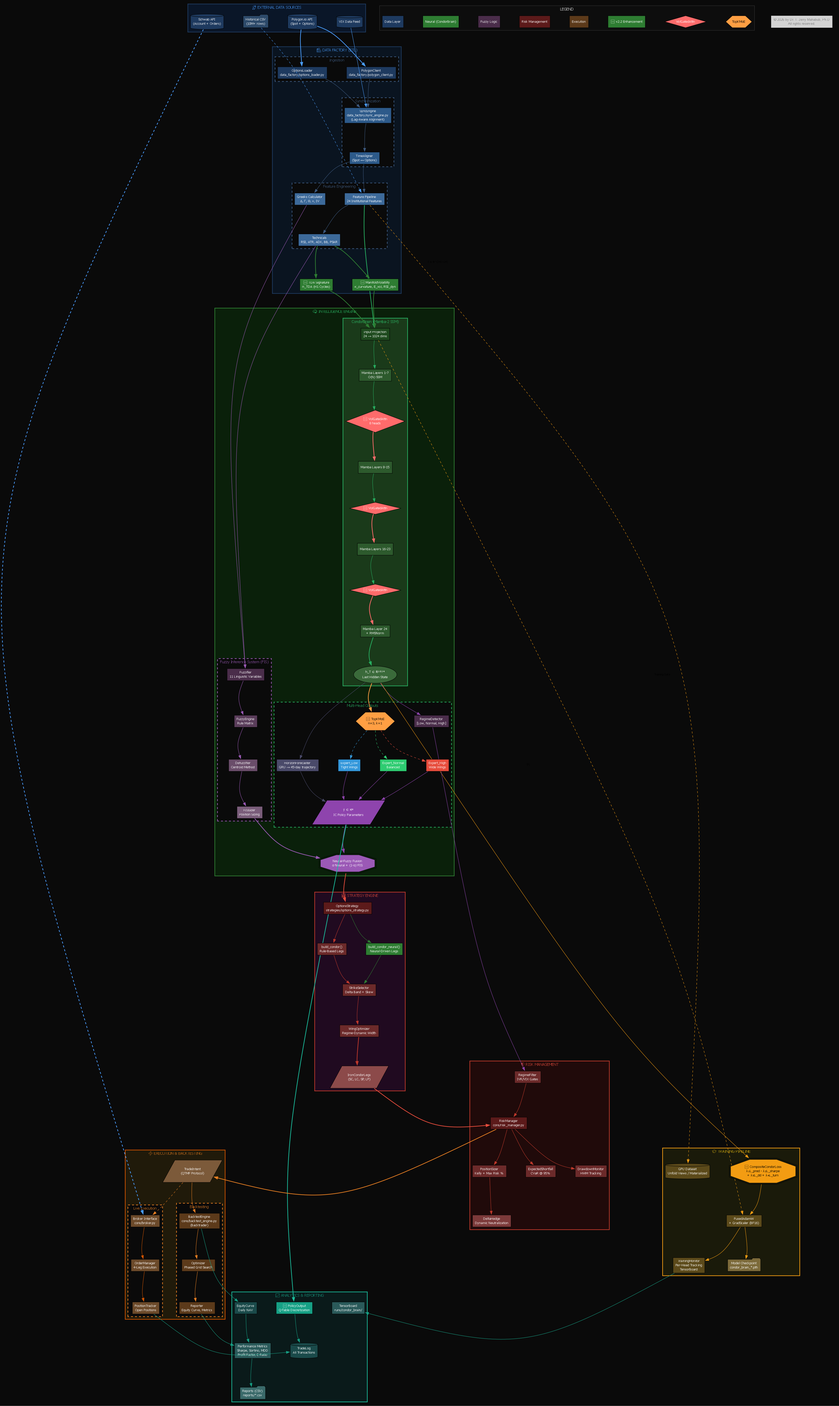
This is docs/architecture/full_system_architecture.png from trextrader/spy-iron-condor-trading, a Graphviz export, as it was before one commit. Its source is kept beside it as docs/architecture/full_system_architecture.dot.
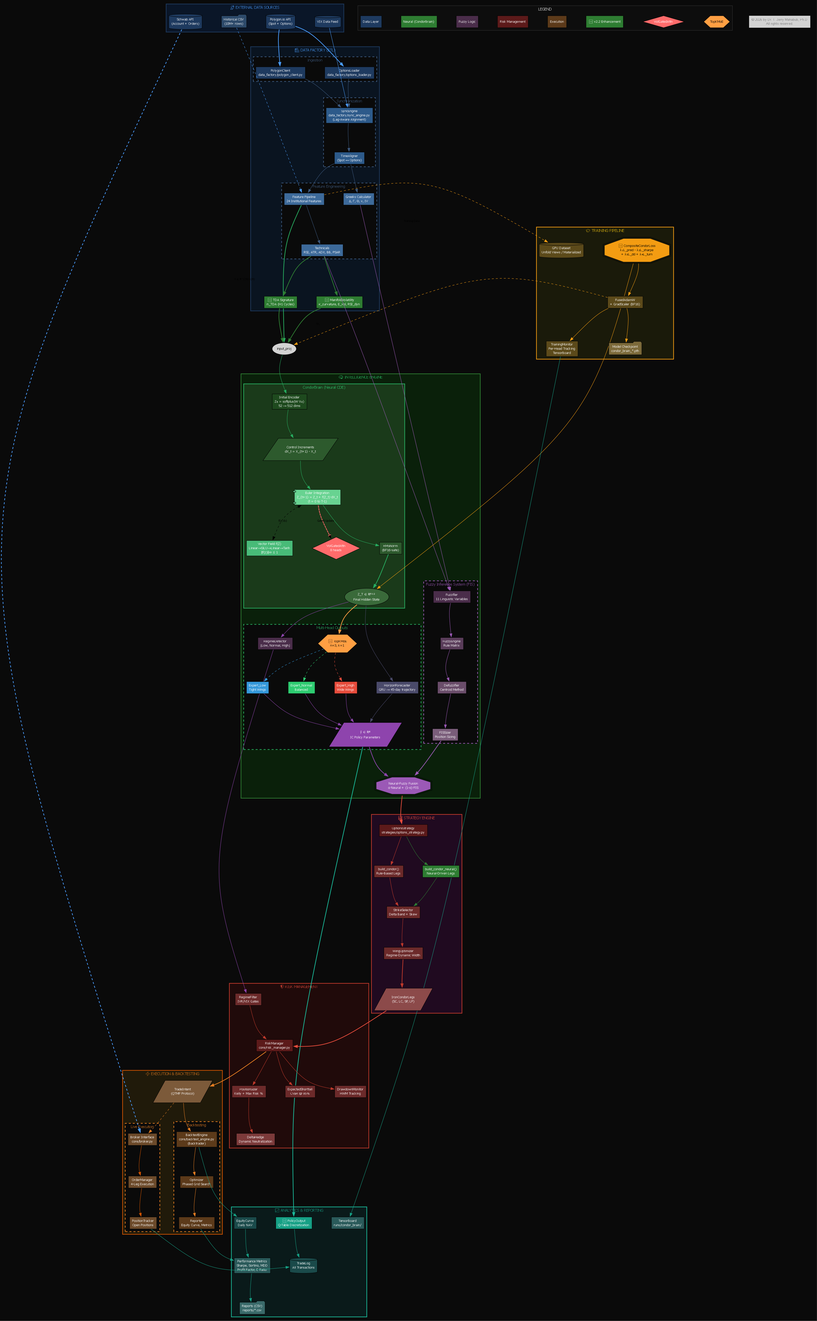
After the change.

Diff of the diagram source:
```diff
@@ -84,26 +84,25 @@
         penwidth=2;
 
         subgraph cluster_condor_brain {
-            label="CondorBrain (Mamba-2 SSM)";
+            label="CondorBrain (Neural CDE)";
             style=filled;
             fillcolor="#1a3a1a";
             fontcolor="#2ecc71";
             color="#27ae60";
 
-            input_proj [label="Input Projection\n24 → 1024 dims", shape=box, fillcolor="#1e4a1e", fontcolor=white];
+            init_encoder [label="Initial Encoder\nZ₀ = softplus(W·X₀)\n52 → 512 dims", shape=box, fillcolor="#1e4a1e", fontcolor=white];
 
-            mamba_1_7 [label="Mamba Layers 1-7\nO(N) SSM", shape=box, fillcolor="#2d5a2d", fontcolor=white];
-            vol_attn_1 [label="🆕 VolGatedAttn\n8 heads", shape=diamond, fillcolor="#ff6b6b", fontcolor=white];
+            control_incr [label="Control Increments\ndX_t = X_{t+1} - X_t", shape=parallelogram, fillcolor="#2d5a2d", fontcolor=white];
 
-            mamba_8_15 [label="Mamba Layers 8-15", shape=box, fillcolor="#2d5a2d", fontcolor=white];
-            vol_attn_2 [label="🆕 VolGatedAttn", shape=diamond, fillcolor="#ff6b6b", fontcolor=white];
+            vec_field [label="Vector Field f(Z)\nLinear→SiLU→Linear→Tanh\n‖f(z)‖∞ ≤ 1", shape=box, fillcolor="#48bb78", fontcolor=white];
 
-            mamba_16_23 [label="Mamba Layers 16-23", shape=box, fillcolor="#2d5a2d", fontcolor=white];
-            vol_attn_3 [label="🆕 VolGatedAttn", shape=diamond, fillcolor="#ff6b6b", fontcolor=white];
+            euler_step [label="Euler Integration\nZ_{t+1} = Z_t + f(Z_t)·dX_t\n(t = 0 to T-1)", shape=component, fillcolor="#68d391", fontcolor=white];
 
-            mamba_24 [label="Mamba Layer 24\n+ RMSNorm", shape=box, fillcolor="#2d5a2d", fontcolor=white];
+            vol_attn_1 [label="VolGatedAttn\n8 heads", shape=diamond, fillcolor="#ff6b6b", fontcolor=white];
 
-            hidden_state [label="h_T ∈ ℝ¹⁰²⁴\nLast Hidden State", shape=ellipse, fillcolor="#3a6a3a", fontcolor=white];
+            rms_norm [label="RMSNorm\n(BF16-safe)", shape=box, fillcolor="#2d5a2d", fontcolor=white];
+
+            hidden_state [label="Z_T ∈ ℝ⁵¹²\nFinal Hidden State", shape=ellipse, fillcolor="#3a6a3a", fontcolor=white];
         }
 
         subgraph cluster_output_heads {
@@ -271,14 +270,14 @@
     greeks_calc -> fuzzifier [color="#9b59b6"];
     technicals -> fuzzifier [color="#9b59b6"];
 
-    input_proj -> mamba_1_7 [color="#27ae60"];
-    mamba_1_7 -> vol_attn_1 [color="#27ae60"];
-    vol_attn_1 -> mamba_8_15 [color="#ff6b6b", penwidth=2];
-    mamba_8_15 -> vol_attn_2 [color="#27ae60"];
-    vol_attn_2 -> mamba_16_23 [color="#ff6b6b", penwidth=2];
-    mamba_16_23 -> vol_attn_3 [color="#27ae60"];
-    vol_attn_3 -> mamba_24 [color="#ff6b6b", penwidth=2];
-    mamba_24 -> hidden_state [color="#27ae60", penwidth=2];
+    input_proj -> init_encoder [color="#27ae60"];
+    init_encoder -> control_incr [color="#27ae60"];
+    control_incr -> euler_step [color="#27ae60"];
+    euler_step -> vec_field [dir=both, label="f(z, dx)", style=dashed];
+    euler_step -> vol_attn_1 [color="#ff6b6b", penwidth=2];
+    vol_attn_1 -> euler_step [label="Gated Update", style=dotted];
+    euler_step -> rms_norm [color="#27ae60"];
+    rms_norm -> hidden_state [color="#27ae60", penwidth=2];
 
     hidden_state -> regime_detector [color="#8e44ad"];
     hidden_state -> topk_moe [color="#ff9f43", penwidth=2];
```
